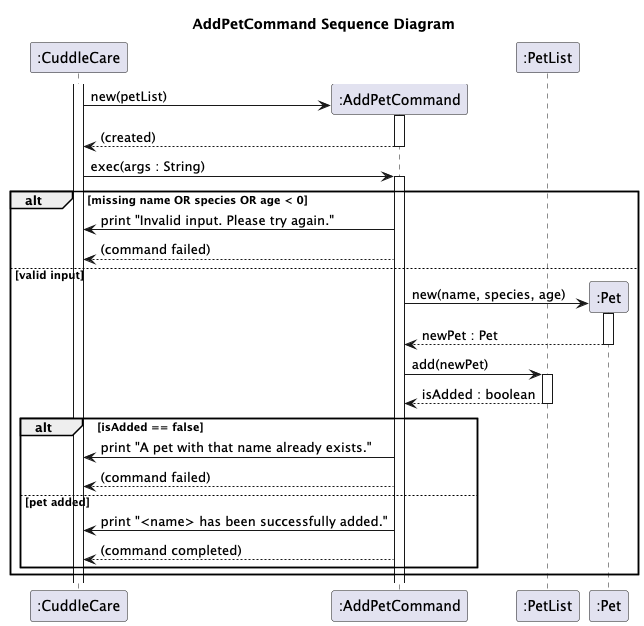
Before: docs/diagrams/AddPetCommand_Sequence_Diagram.png, a diagram exported from PlantUML (Kevin88866/tp).
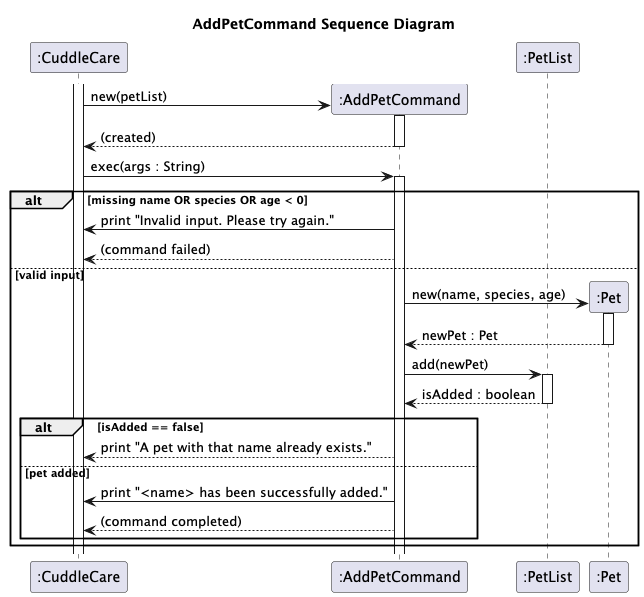
The same diagram one commit later.

Commit message:
Fix command failed message in add-pet diagram

Diff of the diagram source:
```diff
@@ -29,8 +29,7 @@
     return isAdded : boolean
 
     alt isAdded == false
-        AddPetCommand -> CuddleCare : print "A pet with that name already exists."
-        AddPetCommand --> CuddleCare : (command failed)
+        AddPetCommand --> CuddleCare : print "A pet with that name already exists."
 
     else pet added
         AddPetCommand -> CuddleCare : print "<name> has been successfully added."
```
